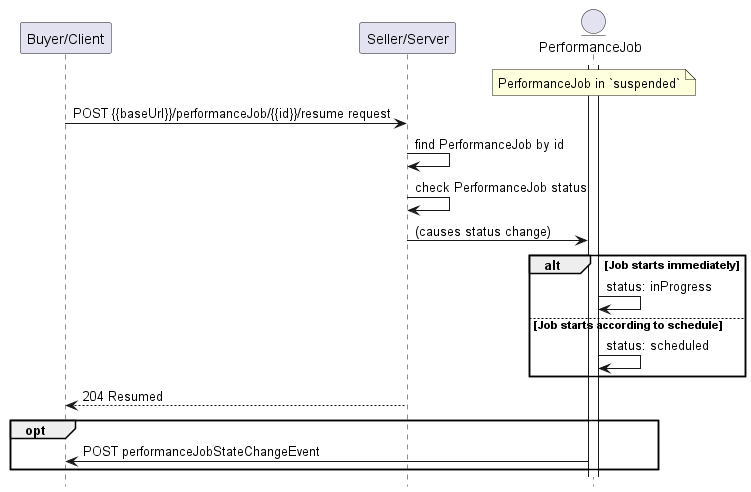
Above: documentation/serviceApi/pm/performance/media/useCase16.png in MEF-GIT/MEF-LSO-Legato-SDK (PlantUML), before the change.
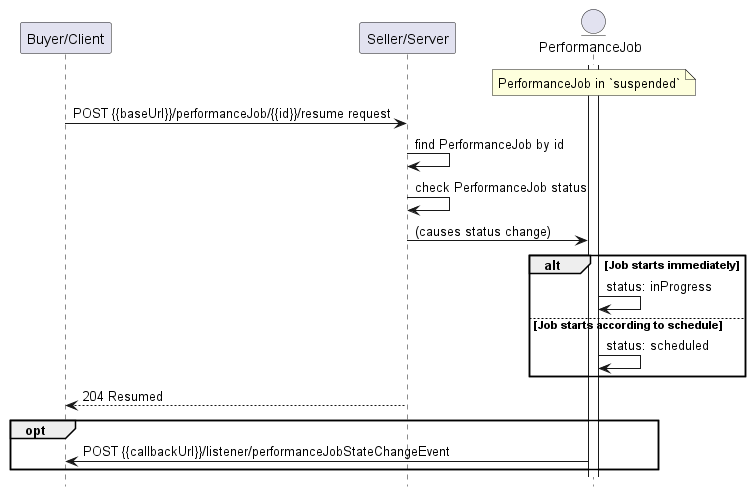
Later version of the same file.

Diff of the diagram source:
```diff
@@ -1,5 +1,4 @@
 @startuml useCase16
-
 
 hide footbox
 
@@ -25,7 +24,7 @@
 B <-- S : 204 Resumed
 
 opt
-    PJ -> B: POST performanceJobStateChangeEvent
+    PJ -> B: POST {{callbackUrl}}/listener/performanceJobStateChangeEvent
 end
 
 @enduml
```
